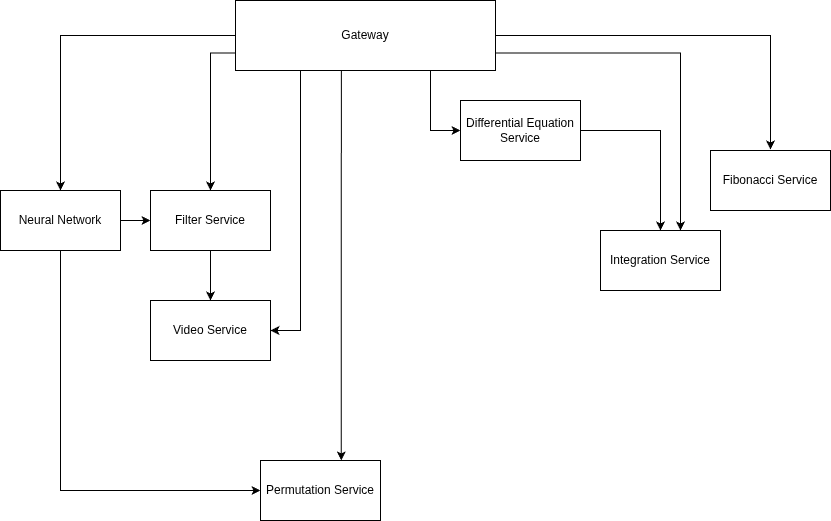
The draw.io diagram images/SM_Project_App_Arch.drawio.png in Torba2207/The-effect-of-service-mesh-on-microservice-application-performance, before a commit. Source tidied: cells renumbered, new cells last; positions are measured from the earlier drawing's top-left corner, leaving out a move shared by most shapes.
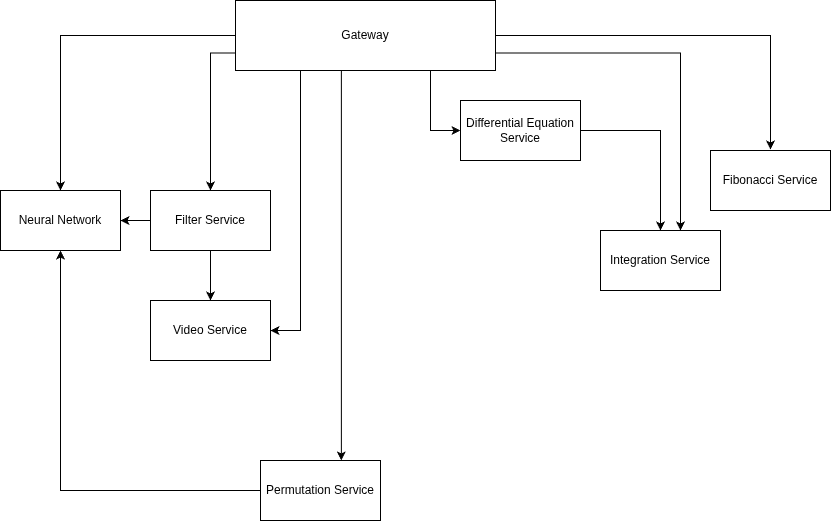
Above is the later version.

Commit message:
chore: Update service mesh architecture diagram

Diff of the diagram source:
```diff
@@ -23,10 +23,10 @@
     <mxCell id="8" value="Filter Service" style="rounded=0;whiteSpace=wrap;html=1;" parent="1" vertex="1">
       <mxGeometry x="150" y="190" width="120" height="60" as="geometry" />
     </mxCell>
-    <mxCell id="9" style="edgeStyle=orthogonalEdgeStyle;rounded=0;jettySize=auto;html=1;" parent="1" edge="1" source="11" target="8">
+    <mxCell id="9" style="edgeStyle=orthogonalEdgeStyle;rounded=0;jettySize=auto;html=1;" parent="1" edge="1" source="8" target="11">
       <mxGeometry relative="1" as="geometry" />
     </mxCell>
-    <mxCell id="10" style="edgeStyle=orthogonalEdgeStyle;rounded=0;jettySize=auto;html=1;" parent="1" edge="1" source="11" target="6">
+    <mxCell id="10" style="edgeStyle=orthogonalEdgeStyle;rounded=0;jettySize=auto;html=1;" parent="1" edge="1" source="6" target="11">
       <mxGeometry relative="1" as="geometry">
         <Array as="points">
           <mxPoint x="60" y="490" />
```
